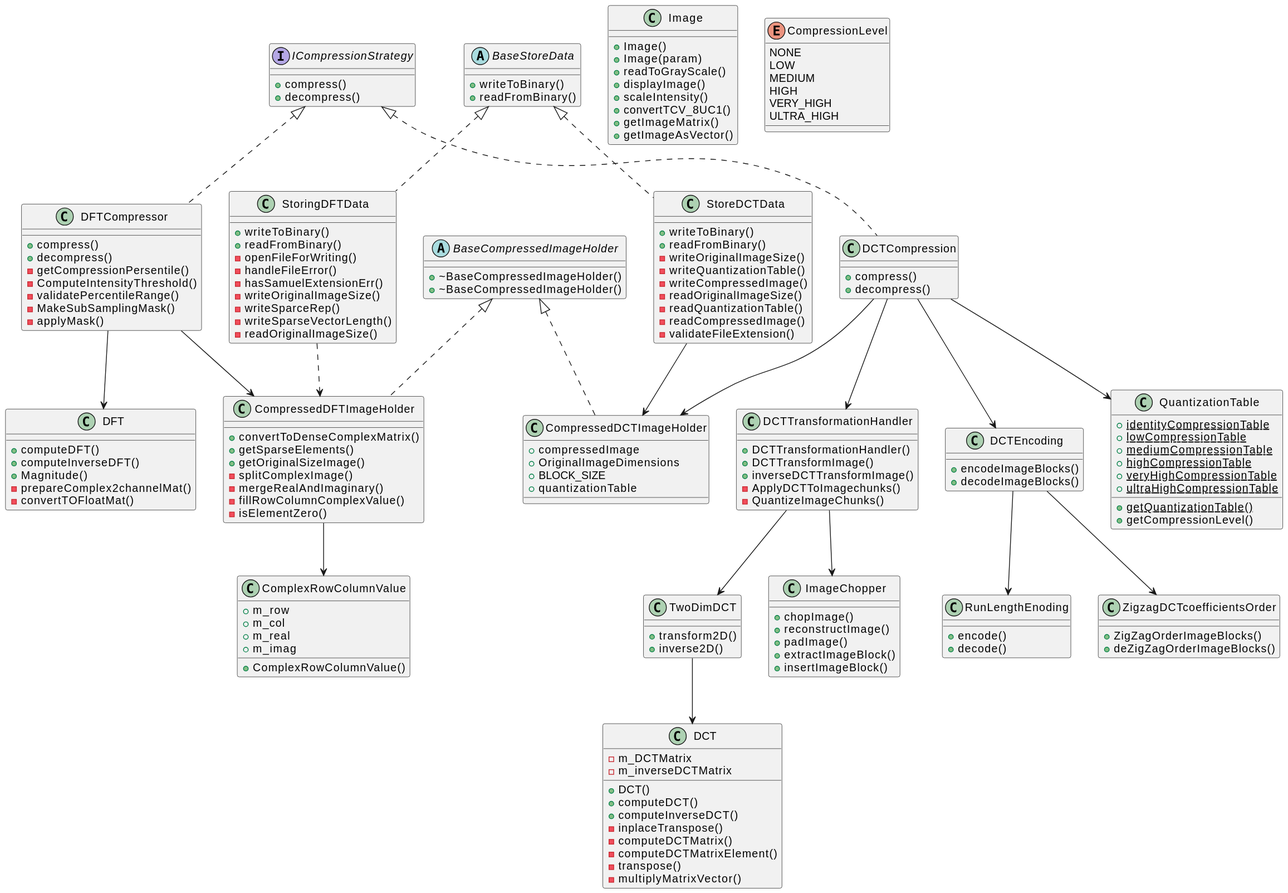
Before: class_diagram.svg, a diagram exported from PlantUML (Samuel-van-Gurp/Image-Compression). Source of this version:
```plantuml
@startuml
interface ICompressionStrategy {
  + compress()
  + decompress()
}


class DFT {
  + computeDFT()
  + computeInverseDFT()
  + Magnitude()
  - prepareComplex2channelMat()
  - convertTOFloatMat()
}

class DFTCompressor {
  + compress()
  + decompress()
  - getCompressionPersentile()
  - ComputeIntensityThreshold()
  - validatePercentileRange()
  - MakeSubSamplingMask()
  - applyMask()
}
ICompressionStrategy <|.. DFTCompressor
ICompressionStrategy <|.. DCTCompression
DFTCompressor --> DFT

BaseStoreData<|.. StoringDFTData
BaseStoreData<|.. StoreDCTData

abstract class BaseCompressedImageHolder {
  + ~BaseCompressedImageHolder()
}

class CompressedDFTImageHolder {
  + convertToDenseComplexMatrix()
  + getSparseElements()
  + getOriginalSizeImage()
  - splitComplexImage()
  - mergeRealAndImaginary()
  - fillRowColumnComplexValue()
  - isElementZero()
}
BaseCompressedImageHolder<|.. CompressedDFTImageHolder
BaseCompressedImageHolder<|.. CompressedDCTImageHolder
class ComplexRowColumnValue {
  + m_row
  + m_col
  + m_real
  + m_imag
  + ComplexRowColumnValue()
}
CompressedDFTImageHolder --> ComplexRowColumnValue

class StoringDFTData {
  + writeToBinary()
  + readFromBinary()
  - openFileForWriting()
  - handleFileError()
  - hasSamuelExtensionErr()
  - writeOriginalImageSize()
  - writeSparceRep()
  - writeSparseVectorLength()
  - readOriginalImageSize()
}
StoringDFTData ..> CompressedDFTImageHolder

class DCTCompression {
  + compress()
  + decompress()
}

class DCTTransformationHandler {
  + DCTTransformationHandler()
  + DCTTransformImage()
  + inverseDCTTransformImage()
  - ApplyDCTToImagechunks()
  - QuantizeImageChunks()
}

class TwoDimDCT {
  + transform2D()
  + inverse2D()
}

class DCT {
  + DCT()
  + computeDCT()
  + computeInverseDCT()
  - inplaceTranspose()
  - computeDCTMatrix()
  - computeDCTMatrixElement()
  - transpose()
  - multiplyMatrixVector()
  - m_DCTMatrix
  - m_inverseDCTMatrix
}
TwoDimDCT--> DCT
DCTTransformationHandler --> TwoDimDCT

class DCTEncoding {
  + encodeImageBlocks()
  + decodeImageBlocks()
}
DCTEncoding --> RunLengthEnoding
DCTEncoding --> ZigzagDCTcoefficientsOrder

class RunLengthEnoding {
  + encode()
  + decode()
}

class ZigzagDCTcoefficientsOrder {
  + ZigZagOrderImageBlocks()
  + deZigZagOrderImageBlocks()
}

class QuantizationTable {
  {static} + identityCompressionTable
  {static} + lowCompressionTable
  {static} + mediumCompressionTable
  {static} + highCompressionTable
  {static} + veryHighCompressionTable
  {static} + ultraHighCompressionTable
  {static} + getQuantizationTable()
  + getCompressionLevel()
}

class ImageChopper {
  + chopImage()
  + reconstructImage()
  + padImage()
  + extractImageBlock()
  + insertImageBlock()
}

class StoreDCTData {
  + writeToBinary()
  + readFromBinary()
  - writeOriginalImageSize()
  - writeQuantizationTable()
  - writeCompressedImage()
  - readOriginalImageSize()
  - readQuantizationTable()
  - readCompressedImage()
  - validateFileExtension()
}

class CompressedDCTImageHolder {
  + compressedImage
  + OriginalImageDimensions
  + BLOCK_SIZE
  + quantizationTable
}

DCTCompression --> DCTTransformationHandler
DCTCompression --> DCTEncoding
DCTCompression --> QuantizationTable
DCTCompression --> CompressedDCTImageHolder
DFTCompressor --> CompressedDFTImageHolder
DCTTransformationHandler --> ImageChopper
StoreDCTData --> CompressedDCTImageHolder

class Image {
  + Image()
  + Image(param)
  + readToGrayScale()
  + displayImage()
  + scaleIntensity()
  + convertTCV_8UC1()
  + getImageMatrix()
  + getImageAsVector()
}

enum CompressionLevel {
  NONE
  LOW
  MEDIUM
  HIGH
  VERY_HIGH
  ULTRA_HIGH
}

abstract class BaseCompressedImageHolder {
  + ~BaseCompressedImageHolder()
}

abstract class BaseStoreData {
  + writeToBinary()
  + readFromBinary()
}
@enduml
```
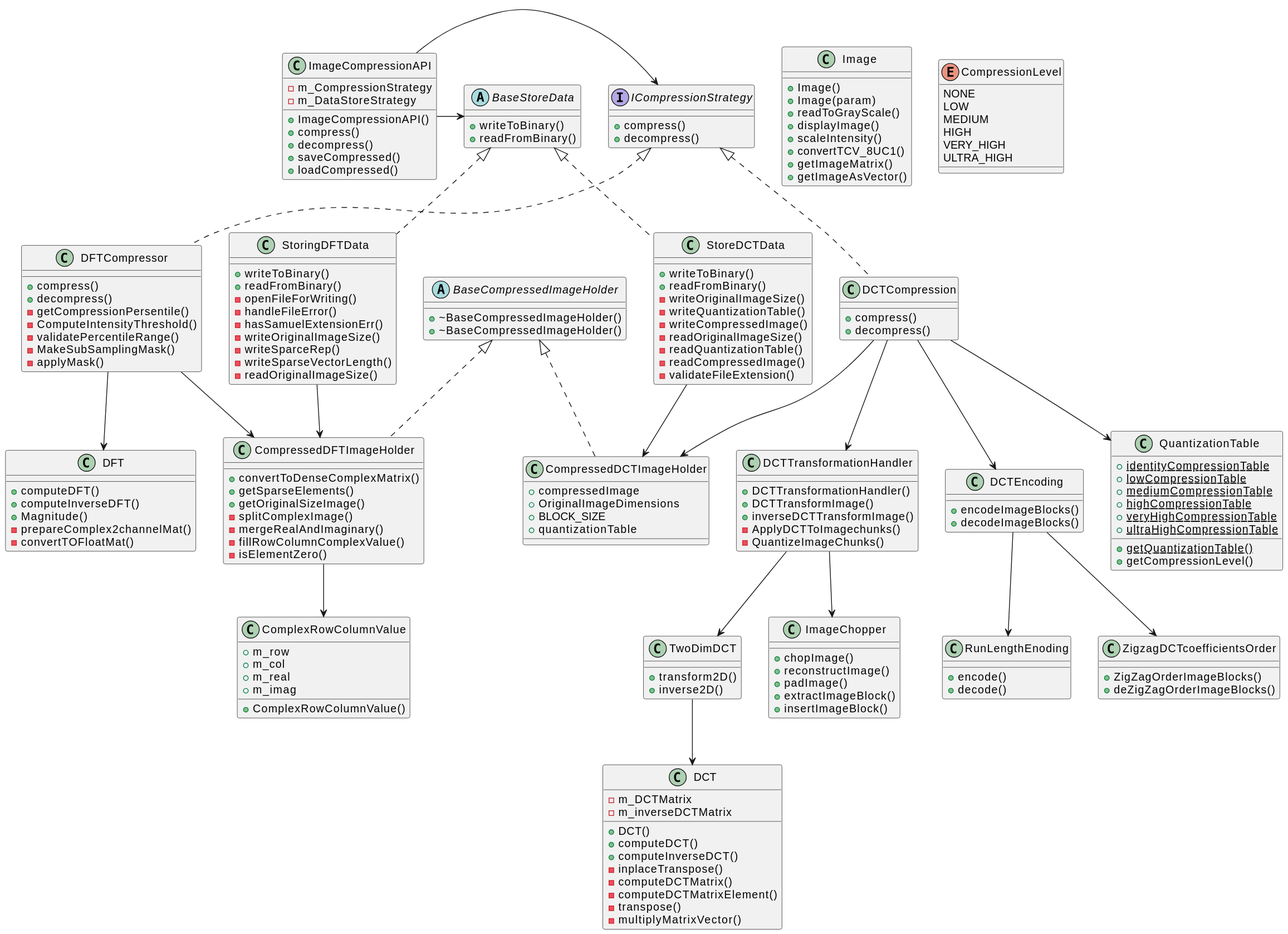
Later version of the same file.

Commit message:
add ImageCompressionAPI class and update relationships in ClassDiagram.txt

The edit, as a diff of the source:
```diff
@@ -4,6 +4,18 @@
   + decompress()
 }
 
+class ImageCompressionAPI {
+  -m_CompressionStrategy
+  -m_DataStoreStrategy
+  +ImageCompressionAPI()
+  +compress()
+  +decompress()
+  +saveCompressed()
+  +loadCompressed()
+}
+
+ImageCompressionAPI -> ICompressionStrategy
+ImageCompressionAPI -> BaseStoreData
 
 class DFT {
   + computeDFT()
@@ -64,7 +76,7 @@
   - writeSparseVectorLength()
   - readOriginalImageSize()
 }
-StoringDFTData ..> CompressedDFTImageHolder
+StoringDFTData --> CompressedDFTImageHolder
 
 class DCTCompression {
   + compress()
@@ -182,6 +194,7 @@
   ULTRA_HIGH
 }
 
+
 abstract class BaseCompressedImageHolder {
   + ~BaseCompressedImageHolder()
 }
```
